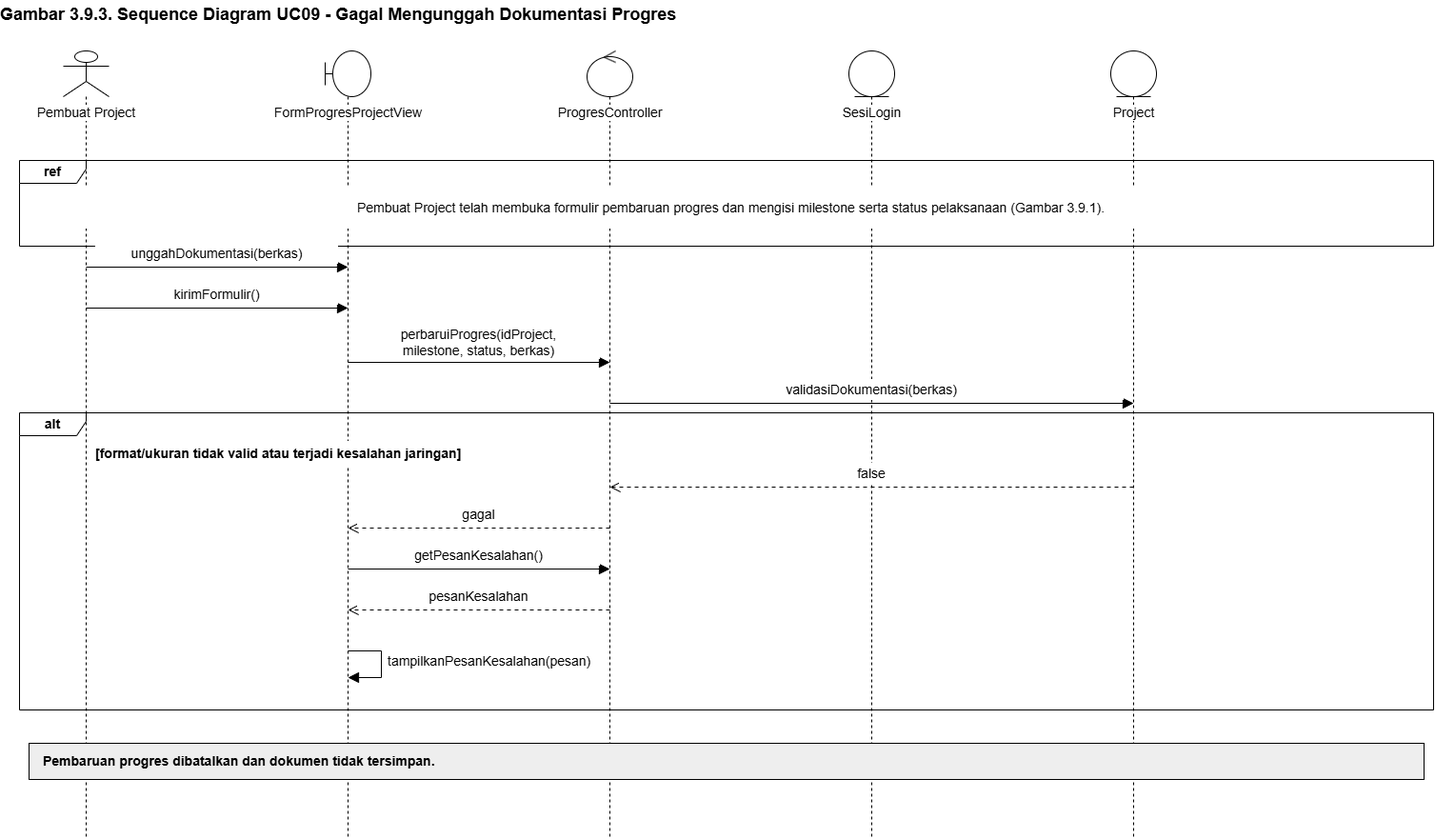
This is docs/M7/assets/diagram/sequence-uc09-alt2.png from Brynpamungkas/IF2150-RPL-K02-G08, a draw.io export, as it was before one commit. Source tidied: cells renumbered, new cells last; positions are measured from the earlier drawing's top-left corner, leaving out a move shared by most shapes.
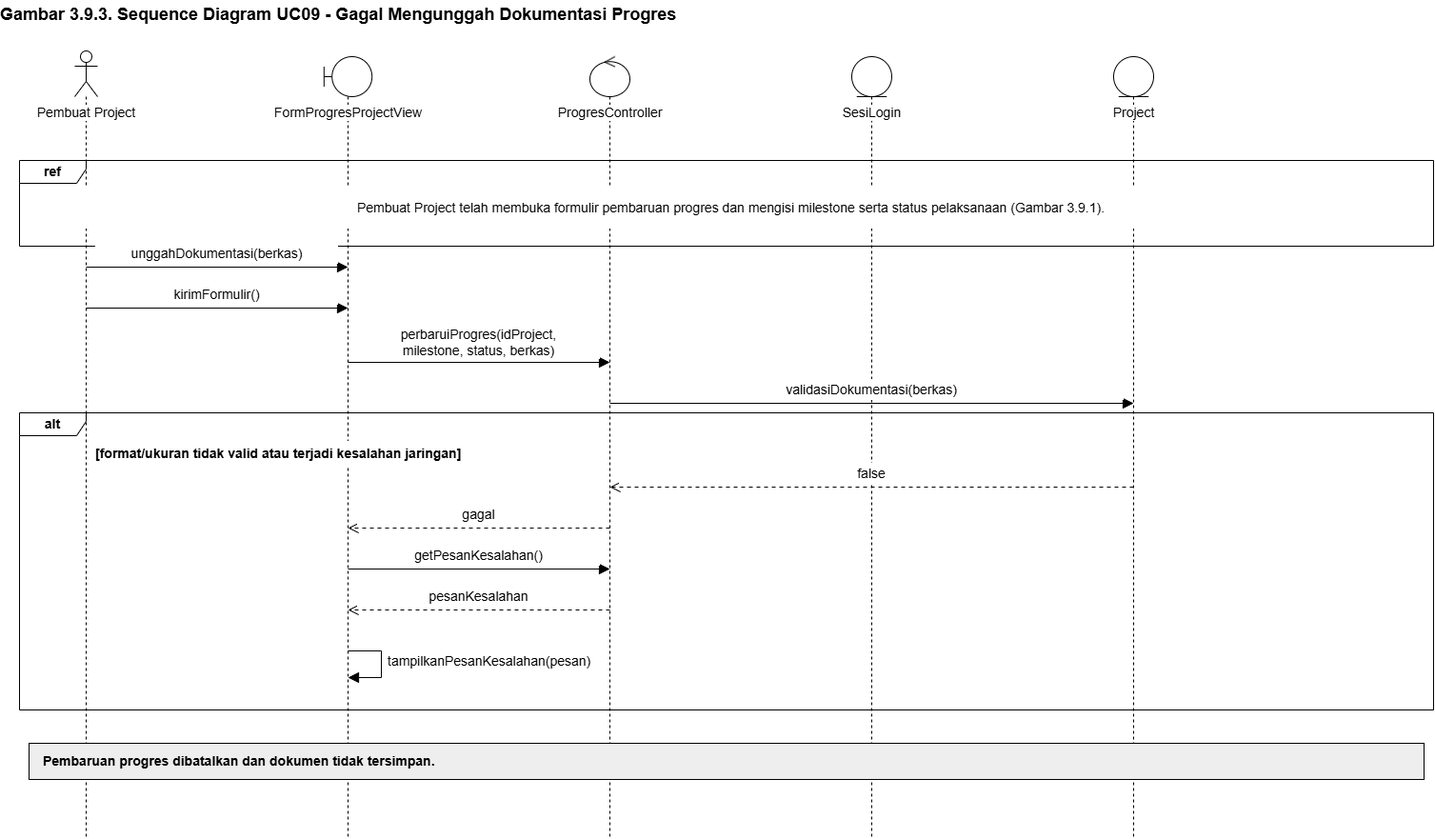
The same file after the commit.

Commit message:
assets: add sequence diagram 3.8-3.10

Change to the diagram source:
```diff
@@ -6,19 +6,19 @@
       <mxGeometry width="1505" height="30" as="geometry" />
     </mxCell>
     <mxCell id="3" value="Pembuat Project" style="shape=umlLifeline;participant=umlActor;perimeter=lifelinePerimeter;whiteSpace=nowrap;html=1;verticalAlign=top;spacingTop=50;size=48;fontFamily=Arial;fontSize=14;labelBackgroundColor=#FFFFFF;fillColor=#FFFFFF;strokeColor=#000000;" parent="1" vertex="1">
-      <mxGeometry x="66" y="53" width="48" height="827" as="geometry" />
+      <mxGeometry x="78" y="53" width="24" height="827" as="geometry" />
     </mxCell>
-    <mxCell id="4" value="FormProgresProjectView" style="shape=umlLifeline;participant=umlBoundary;perimeter=lifelinePerimeter;whiteSpace=nowrap;html=1;verticalAlign=top;spacingTop=50;size=48;fontFamily=Arial;fontSize=14;labelBackgroundColor=#FFFFFF;fillColor=#FFFFFF;strokeColor=#000000;" parent="1" vertex="1">
-      <mxGeometry x="341" y="53" width="48" height="827" as="geometry" />
+    <mxCell id="4" value="FormProgresProjectView" style="shape=umlLifeline;participant=umlBoundary;perimeter=lifelinePerimeter;whiteSpace=nowrap;html=1;verticalAlign=top;spacingTop=44;size=42;fontFamily=Arial;fontSize=14;labelBackgroundColor=#FFFFFF;fillColor=#FFFFFF;strokeColor=#000000;" parent="1" vertex="1">
+      <mxGeometry x="339.8" y="59" width="50.4" height="821" as="geometry" />
     </mxCell>
-    <mxCell id="5" value="ProgresController" style="shape=umlLifeline;participant=umlControl;perimeter=lifelinePerimeter;whiteSpace=nowrap;html=1;verticalAlign=top;spacingTop=50;size=48;fontFamily=Arial;fontSize=14;labelBackgroundColor=#FFFFFF;fillColor=#FFFFFF;strokeColor=#000000;" parent="1" vertex="1">
-      <mxGeometry x="616" y="53" width="48" height="827" as="geometry" />
+    <mxCell id="5" value="ProgresController" style="shape=umlLifeline;participant=umlControl;perimeter=lifelinePerimeter;whiteSpace=nowrap;html=1;verticalAlign=top;spacingTop=44;size=42;fontFamily=Arial;fontSize=14;labelBackgroundColor=#FFFFFF;fillColor=#FFFFFF;strokeColor=#000000;" parent="1" vertex="1">
+      <mxGeometry x="619" y="59" width="42" height="821" as="geometry" />
     </mxCell>
-    <mxCell id="6" value="SesiLogin" style="shape=umlLifeline;participant=umlEntity;perimeter=lifelinePerimeter;whiteSpace=nowrap;html=1;verticalAlign=top;spacingTop=50;size=48;fontFamily=Arial;fontSize=14;labelBackgroundColor=#FFFFFF;fillColor=#FFFFFF;strokeColor=#000000;" parent="1" vertex="1">
-      <mxGeometry x="891" y="53" width="48" height="827" as="geometry" />
+    <mxCell id="6" value="SesiLogin" style="shape=umlLifeline;participant=umlEntity;perimeter=lifelinePerimeter;whiteSpace=nowrap;html=1;verticalAlign=top;spacingTop=44;size=42;fontFamily=Arial;fontSize=14;labelBackgroundColor=#FFFFFF;fillColor=#FFFFFF;strokeColor=#000000;" parent="1" vertex="1">
+      <mxGeometry x="894" y="59" width="42" height="821" as="geometry" />
     </mxCell>
-    <mxCell id="7" value="Project" style="shape=umlLifeline;participant=umlEntity;perimeter=lifelinePerimeter;whiteSpace=nowrap;html=1;verticalAlign=top;spacingTop=50;size=48;fontFamily=Arial;fontSize=14;labelBackgroundColor=#FFFFFF;fillColor=#FFFFFF;strokeColor=#000000;" parent="1" vertex="1">
-      <mxGeometry x="1166" y="53" width="48" height="827" as="geometry" />
+    <mxCell id="7" value="Project" style="shape=umlLifeline;participant=umlEntity;perimeter=lifelinePerimeter;whiteSpace=nowrap;html=1;verticalAlign=top;spacingTop=44;size=42;fontFamily=Arial;fontSize=14;labelBackgroundColor=#FFFFFF;fillColor=#FFFFFF;strokeColor=#000000;" parent="1" vertex="1">
+      <mxGeometry x="1169" y="59" width="42" height="821" as="geometry" />
     </mxCell>
     <mxCell id="8" value="ref" style="shape=umlFrame;whiteSpace=wrap;html=1;width=70;height=24;fontFamily=Arial;fontSize=14;fontStyle=1;fillColor=none;strokeColor=#000000;" parent="1" vertex="1">
       <mxGeometry x="20" y="168" width="1485" height="90" as="geometry" />
```
